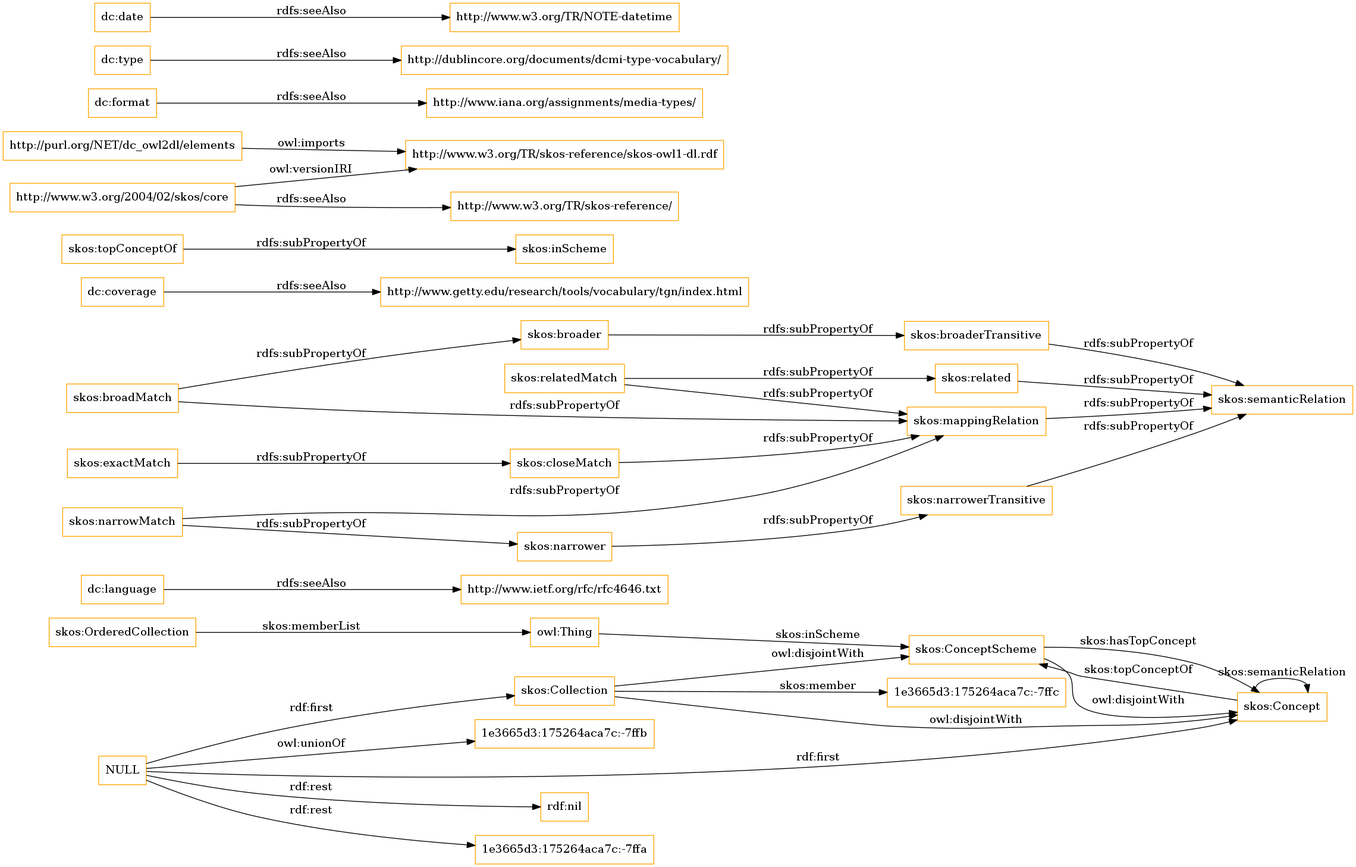
This is OnToology/imports/elements.owl/diagrams/ar2dtool-class/elements.owl.png from OnToologyUser/core-ontology-1, a Graphviz export, as it was before one commit. Its source is kept beside it as OnToology/imports/elements.owl/diagrams/ar2dtool-class/elements.owl.png.dot.
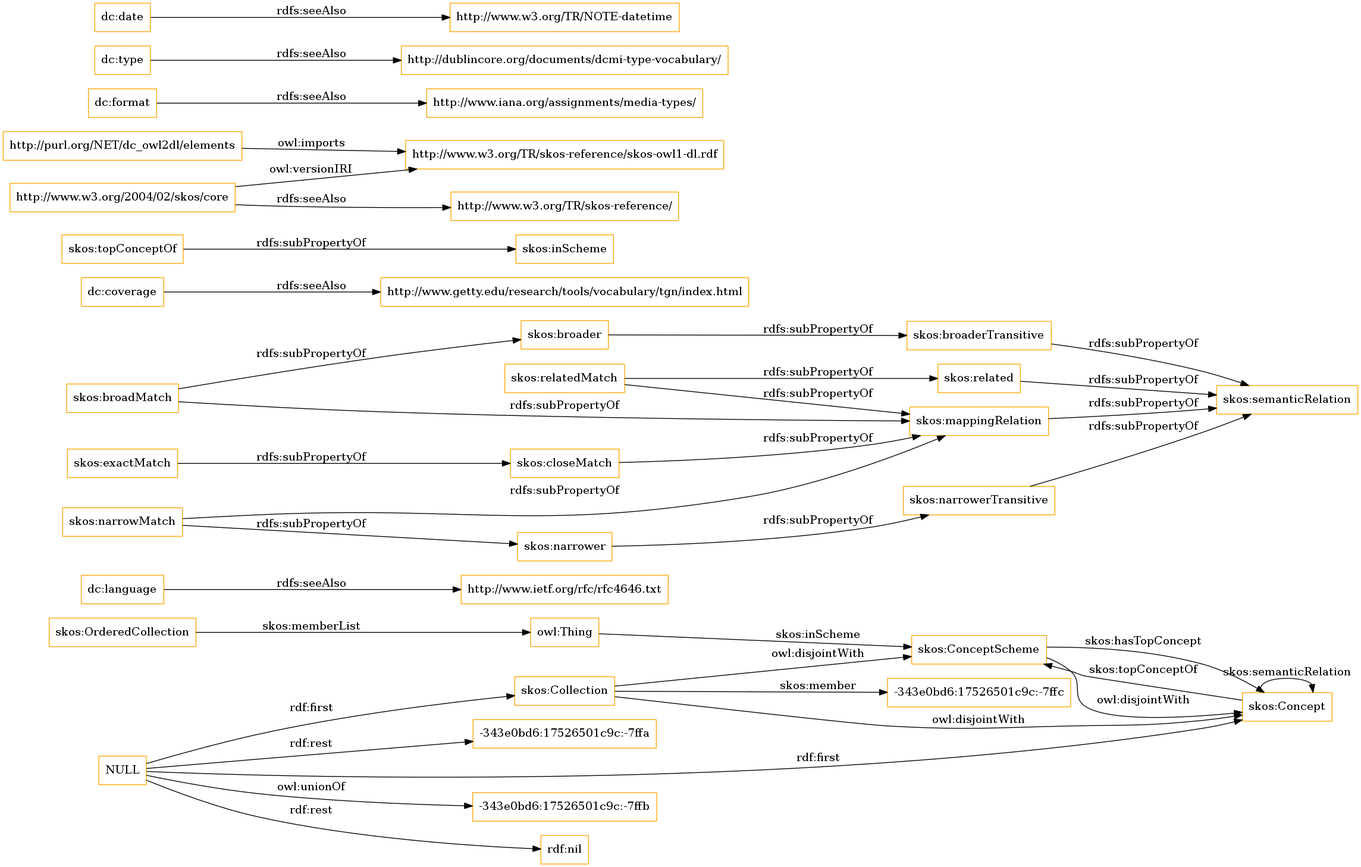
After the change.

Change to the diagram source:
```diff
@@ -1,13 +1,13 @@
 digraph ar2dtool_diagram {
 rankdir=LR;
 size="1501"
-node [shape = rectangle, color="orange"]; "1e3665d3:175264aca7c:-7ffc" "skos:OrderedCollection" "skos:Collection" "skos:ConceptScheme" "skos:Concept" ; /*classes style*/
+node [shape = rectangle, color="orange"]; "-343e0bd6:17526501c9c:-7ffc" "skos:OrderedCollection" "skos:Collection" "skos:ConceptScheme" "skos:Concept" ; /*classes style*/
 	"dc:language" -> "http://www.ietf.org/rfc/rfc4646.txt" [ label = "rdfs:seeAlso" ];
+	"NULL" -> "-343e0bd6:17526501c9c:-7ffb" [ label = "owl:unionOf" ];
 	"NULL" -> "rdf:nil" [ label = "rdf:rest" ];
 	"NULL" -> "skos:Collection" [ label = "rdf:first" ];
-	"NULL" -> "1e3665d3:175264aca7c:-7ffa" [ label = "rdf:rest" ];
+	"NULL" -> "-343e0bd6:17526501c9c:-7ffa" [ label = "rdf:rest" ];
 	"NULL" -> "skos:Concept" [ label = "rdf:first" ];
-	"NULL" -> "1e3665d3:175264aca7c:-7ffb" [ label = "owl:unionOf" ];
 	"skos:closeMatch" -> "skos:mappingRelation" [ label = "rdfs:subPropertyOf" ];
 	"dc:coverage" -> "http://www.getty.edu/research/tools/vocabulary/tgn/index.html" [ label = "rdfs:seeAlso" ];
 	"skos:relatedMatch" -> "skos:related" [ label = "rdfs:subPropertyOf" ];
@@ -36,7 +36,7 @@
 	"skos:OrderedCollection" -> "owl:Thing" [ label = "skos:memberList" ];
 	"skos:Concept" -> "skos:ConceptScheme" [ label = "skos:topConceptOf" ];
 	"skos:Concept" -> "skos:Concept" [ label = "skos:semanticRelation" ];
-	"skos:Collection" -> "1e3665d3:175264aca7c:-7ffc" [ label = "skos:member" ];
+	"skos:Collection" -> "-343e0bd6:17526501c9c:-7ffc" [ label = "skos:member" ];
 	"skos:ConceptScheme" -> "skos:Concept" [ label = "skos:hasTopConcept" ];
 	"owl:Thing" -> "skos:ConceptScheme" [ label = "skos:inScheme" ];
 
```
